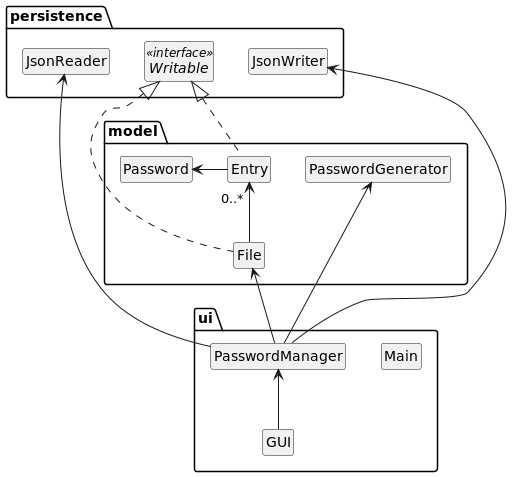
This is UML_Design_Diagram.png from aaryan-rampal/Password-Manager, a PlantUML export, as it was before one commit.
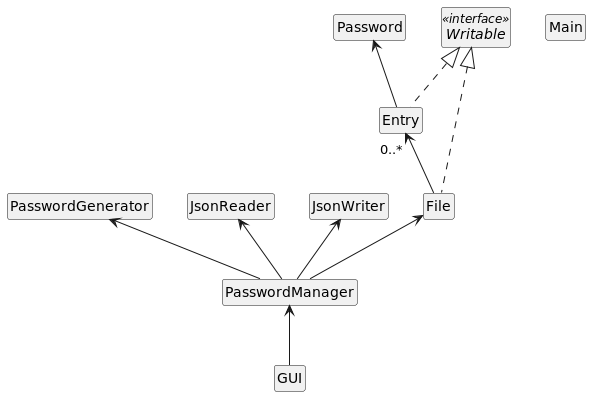
The same file after the commit.

Commit message:
Update design diagram Don't think I am supposed to divide it up into different packages https://piazza.com/class/lci2wx0f1i74k2/post/1503

What changed in the source:
```diff
@@ -1,28 +1,22 @@
 @startuml
 
-package model {
 class Entry
 class File
 class Password
 class PasswordGenerator
-}
-package persistence {
 class JsonReader
 class JsonWriter
 interface Writable <<interface>>
-}
-package ui {
 class Main
 class PasswordManager
 class GUI
-}
 
 hide members
 hide circle
 
-Password <- Entry
+Password <-- Entry
 
-Writable <|... File
+Writable <|.. File
 Writable <|.. Entry
 
 Entry "0..*" <-- File
```
